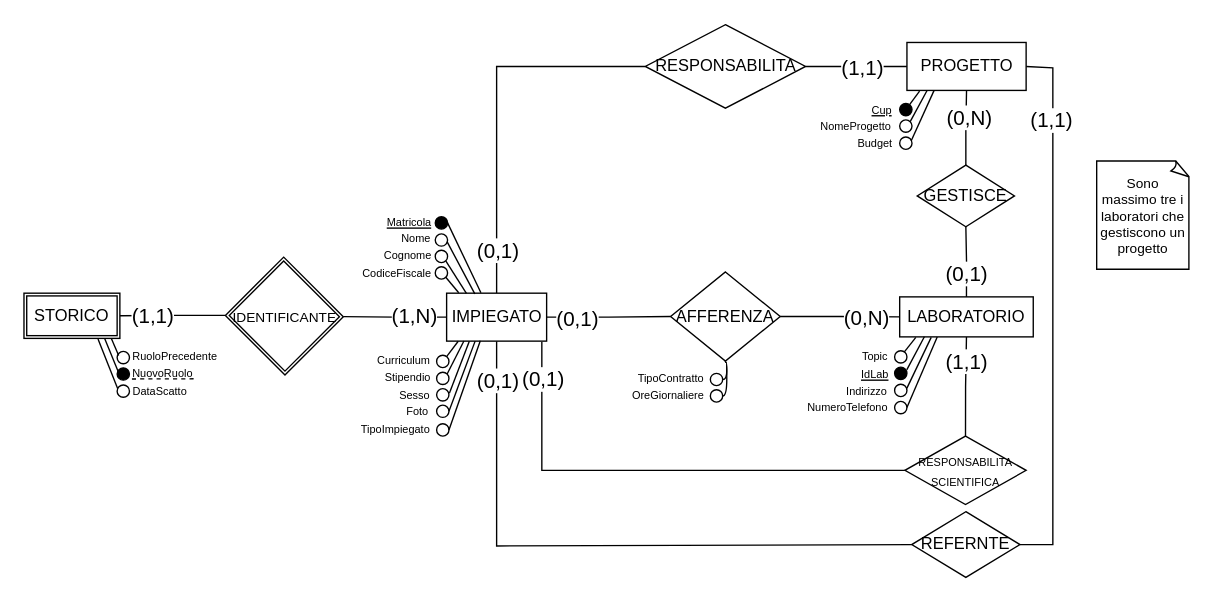
The draw.io diagram DIAGRAMMI E MAPPING/Ristrutturato/Ristrutturato_E:R.drawio in terrecruis/Progetto-Azienda, before the edit. Source tidied: cells renumbered, new cells numbered last; positions are measured from the earlier drawing's top-left corner, leaving out a move shared by most shapes. Both pictures are drawn from the tidied source at 137%, with x=0, y=0 at pixel (23, 23).
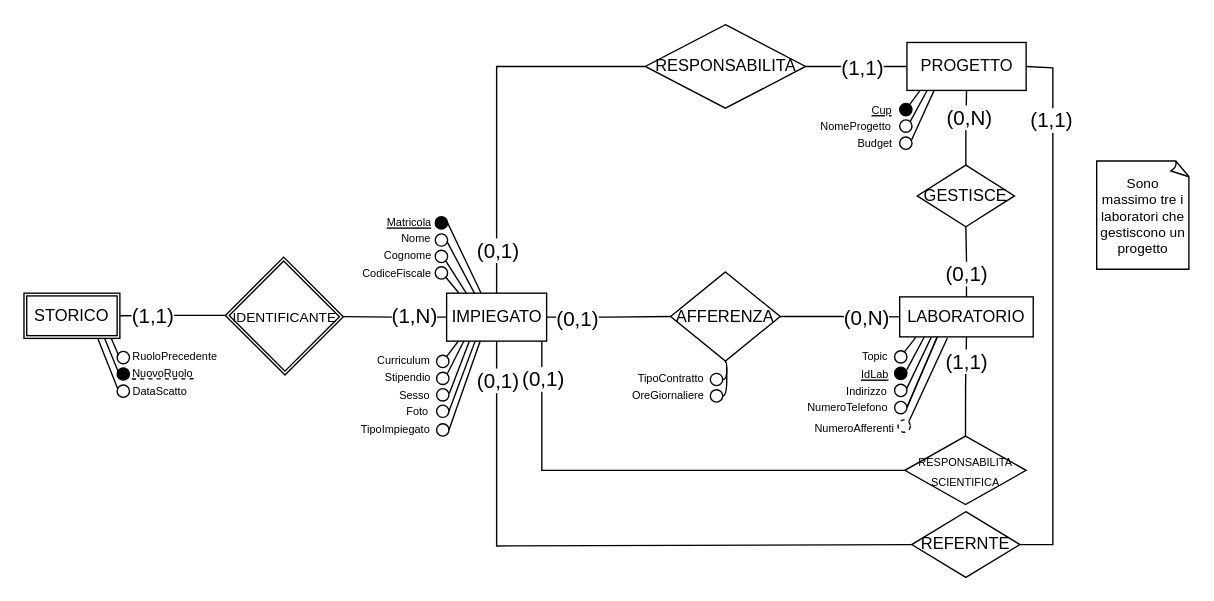
The same page after the edit.

What changed in the source:
```diff
@@
+    <mxCell id="103" style="endArrow=none;html=1;rounded=0;exitX=1;exitY=0.5;exitDx=0;exitDy=0;entryX=0.281;entryY=1.001;entryDx=0;entryDy=0;entryPerimeter=0;" parent="1" edge="1">
+      <mxGeometry relative="1" as="geometry">
+        <mxPoint x="644.5" y="280" as="sourcePoint" />
+        <mxPoint x="666.6" y="228.5" as="targetPoint" />
+      </mxGeometry>
+    </mxCell>
+    <mxCell id="104" style="endArrow=none;html=1;rounded=0;entryX=0.281;entryY=1.001;entryDx=0;entryDy=0;entryPerimeter=0;" parent="1" edge="1">
+      <mxGeometry relative="1" as="geometry">
+        <mxPoint x="646" y="290" as="sourcePoint" />
+        <mxPoint x="674.1" y="229" as="targetPoint" />
+      </mxGeometry>
+    </mxCell>
+    <mxCell id="105" style="ellipse;whiteSpace=wrap;html=1;dashed=1;" parent="1" vertex="1">
+      <mxGeometry x="638" y="289" width="9" height="9" as="geometry" />
+    </mxCell>
+    <mxCell id="106" value="&lt;font style=&quot;font-size: 8px;&quot;&gt;NumeroAfferenti&lt;br&gt;&lt;/font&gt;" style="text;html=1;align=center;verticalAlign=middle;strokeColor=none;fillColor=none;" parent="1" vertex="1">
+      <mxGeometry x="568" y="281" width="76" height="26" as="geometry" />
+    </mxCell>
```
